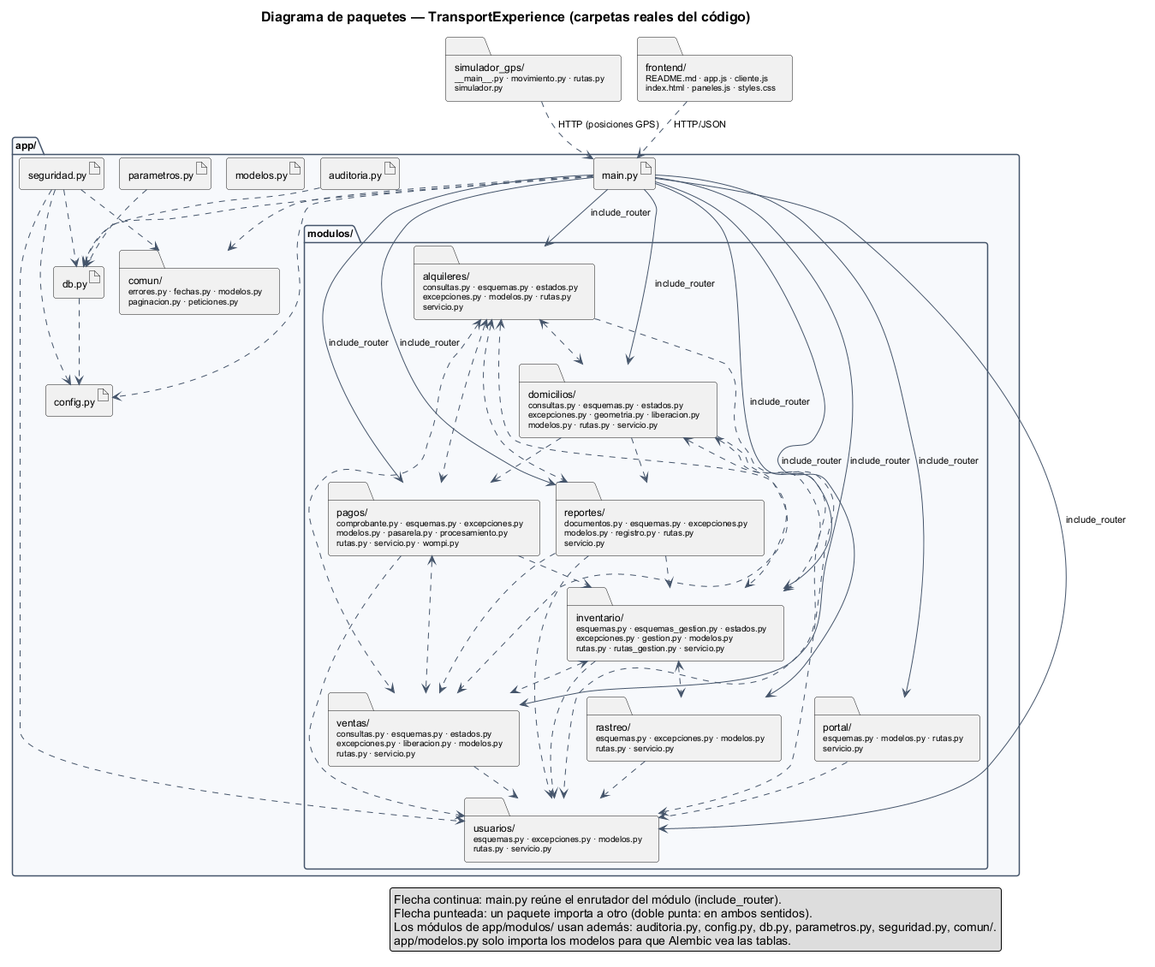
This is docs/uml/01-paquetes.png from jcaro819/TransportExperienceBackend, a PlantUML export, as it was before one commit.
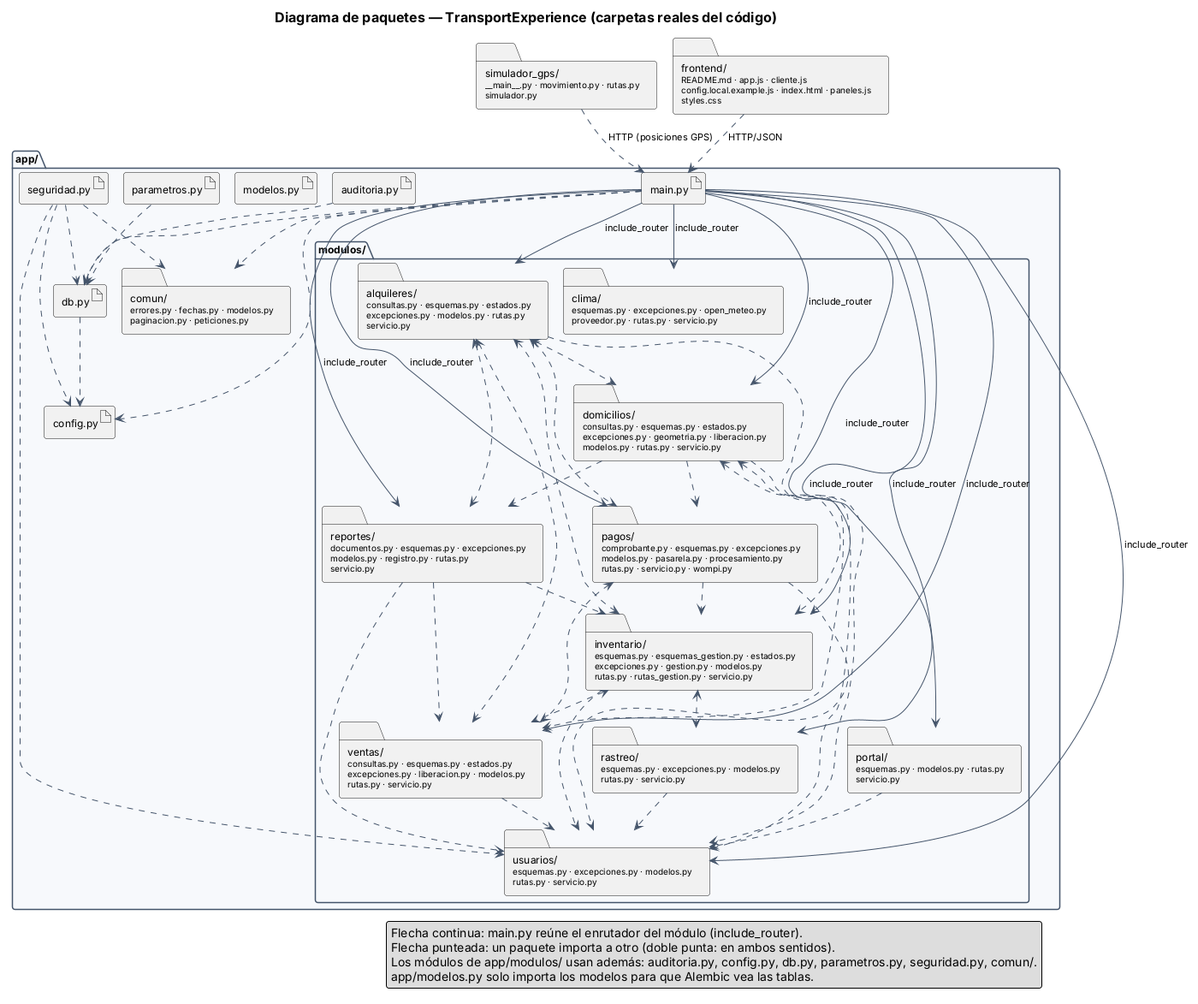
Later version of the same file.

Diff of the diagram source:
```diff
@@ -13,6 +13,7 @@
   folder "comun/\n<size:10>errores.py · fechas.py · modelos.py</size>\n<size:10>paginacion.py · peticiones.py</size>" as comun
   package "modulos/" as modulos {
     folder "alquileres/\n<size:10>consultas.py · esquemas.py · estados.py</size>\n<size:10>excepciones.py · modelos.py · rutas.py</size>\n<size:10>servicio.py</size>" as m_alquileres
+    folder "clima/\n<size:10>esquemas.py · excepciones.py · open_meteo.py</size>\n<size:10>proveedor.py · rutas.py · servicio.py</size>" as m_clima
     folder "domicilios/\n<size:10>consultas.py · esquemas.py · estados.py</size>\n<size:10>excepciones.py · geometria.py · liberacion.py</size>\n<size:10>modelos.py · rutas.py · servicio.py</size>" as m_domicilios
     folder "inventario/\n<size:10>esquemas.py · esquemas_gestion.py · estados.py</size>\n<size:10>excepciones.py · gestion.py · modelos.py</size>\n<size:10>rutas.py · rutas_gestion.py · servicio.py</size>" as m_inventario
     folder "pagos/\n<size:10>comprobante.py · esquemas.py · excepciones.py</size>\n<size:10>modelos.py · pasarela.py · procesamiento.py</size>\n<size:10>rutas.py · servicio.py · wompi.py</size>" as m_pagos
@@ -24,12 +25,13 @@
   }
 }
 folder "simulador_gps/\n<size:10>~__main~__.py · movimiento.py · rutas.py</size>\n<size:10>simulador.py</size>" as c_simulador_gps
-folder "frontend/\n<size:10>README.md · app.js · cliente.js</size>\n<size:10>index.html · paneles.js · styles.css</size>" as c_frontend
+folder "frontend/\n<size:10>README.md · app.js · cliente.js</size>\n<size:10>config.local.example.js · index.html · paneles.js</size>\n<size:10>styles.css</size>" as c_frontend
 
 a_main ..> a_config
 a_main ..> a_db
 a_main ..> comun
 a_main --> m_alquileres : include_router
+a_main --> m_clima : include_router
 a_main --> m_domicilios : include_router
 a_main --> m_inventario : include_router
 a_main --> m_pagos : include_router
```
